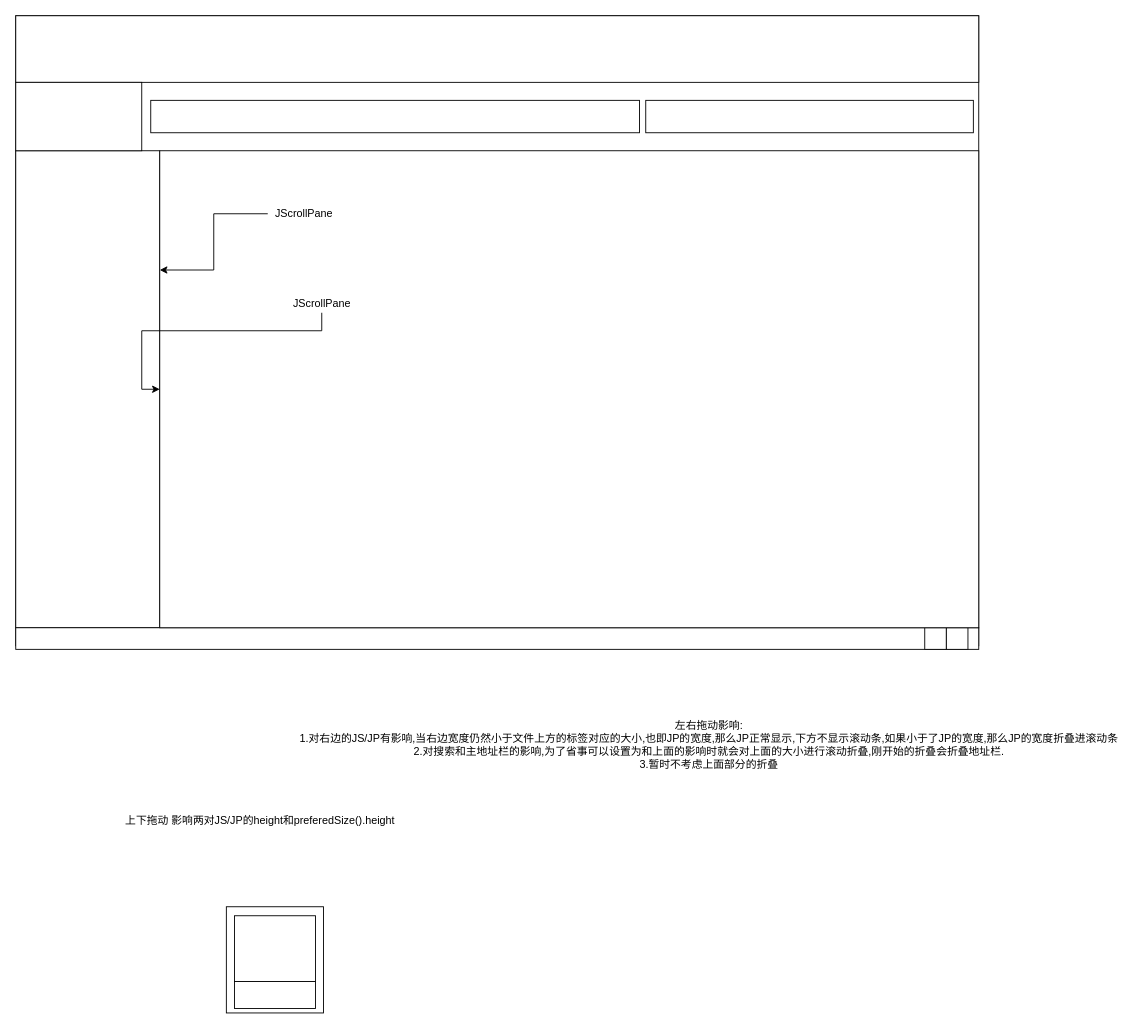
The draw.io diagram src/main/resources/filechild.drawio in Basicconstruction/File_explorer, before the edit. Source tidied: cells renumbered, new cells numbered last; positions are measured from the earlier drawing's top-left corner, leaving out a move shared by most shapes. Both pictures are drawn from the tidied source at 90%, with x=0, y=0 at pixel (15, 15).
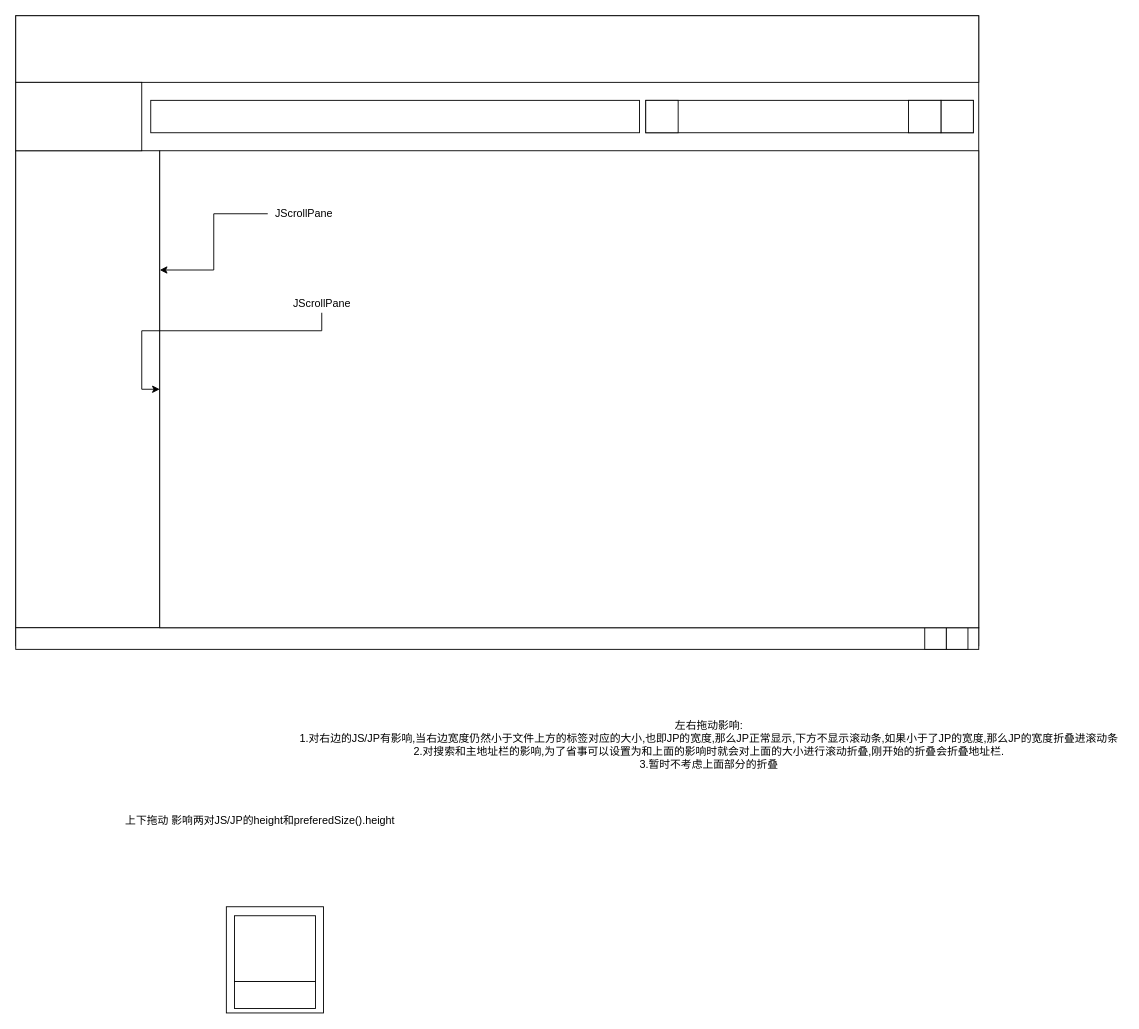
The same page after the edit.

Diff of the diagram source:
```diff
@@
+    <mxCell id="21" style="rounded=0;whiteSpace=wrap;html=1;" parent="1" vertex="1">
+      <mxGeometry x="700" y="94" width="36" height="36" as="geometry" />
+    </mxCell>
+    <mxCell id="22" style="rounded=0;whiteSpace=wrap;html=1;" parent="1" vertex="1">
+      <mxGeometry x="1028" y="94" width="36" height="36" as="geometry" />
+    </mxCell>
+    <mxCell id="23" style="rounded=0;whiteSpace=wrap;html=1;" parent="1" vertex="1">
+      <mxGeometry x="992" y="94" width="36" height="36" as="geometry" />
+    </mxCell>
```
